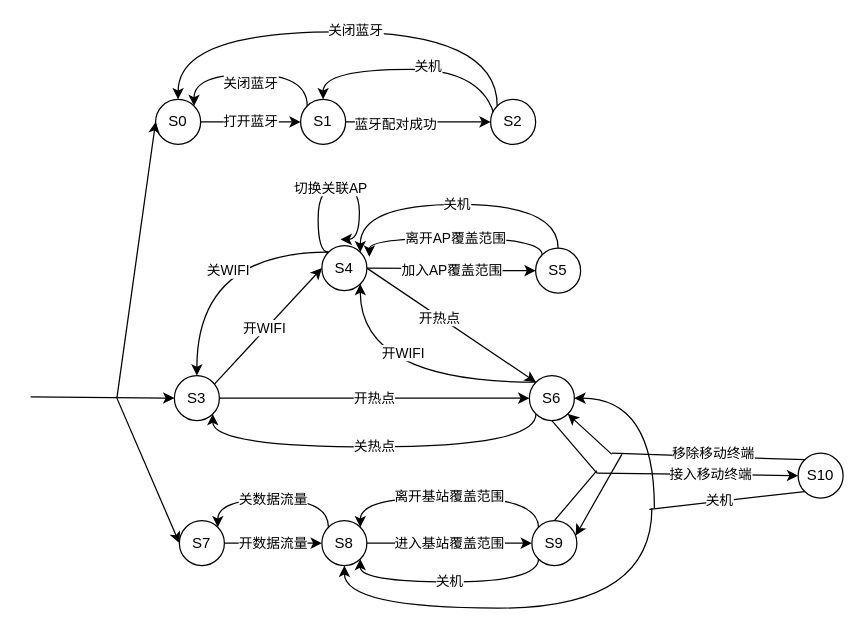
Before: page "方法三：并行自动机_手机行为" (8 of 9) of 时间自动机.drawio in Icarus1994/neutron_conf, a draw.io diagram. Source tidied: cells renumbered, new cells numbered last; positions are measured from the earlier drawing's top-left corner, leaving out a move shared by most shapes. Both pictures are drawn from the tidied source at 125%, with x=0, y=0 at pixel (30, 31).
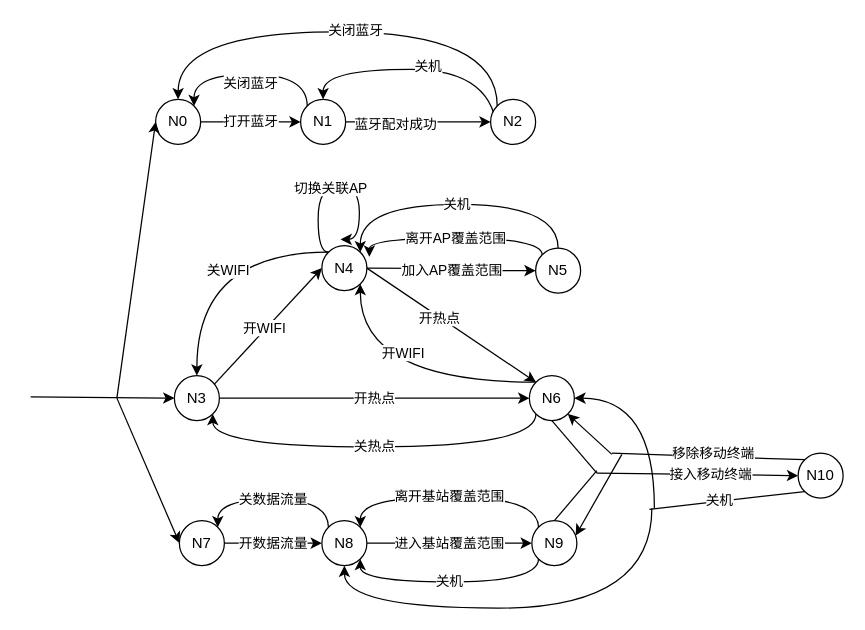
The same diagram, later.

Diff of the diagram source:
```diff
@@
-    <mxCell id="6" value="S3" style="ellipse;whiteSpace=wrap;html=1;" parent="1" vertex="1">
+    <mxCell id="6" value="N3" style="ellipse;whiteSpace=wrap;html=1;" parent="1" vertex="1">
       <mxGeometry x="115" y="275" width="36" height="36" as="geometry" />
     </mxCell>
@@
-    <mxCell id="9" value="S7" style="ellipse;whiteSpace=wrap;html=1;" parent="1" vertex="1">
+    <mxCell id="9" value="N7" style="ellipse;whiteSpace=wrap;html=1;" parent="1" vertex="1">
       <mxGeometry x="119" y="391" width="36" height="36" as="geometry" />
     </mxCell>
@@
-    <mxCell id="15" value="S4" style="ellipse;whiteSpace=wrap;html=1;" parent="1" vertex="1">
+    <mxCell id="15" value="N4" style="ellipse;whiteSpace=wrap;html=1;" parent="1" vertex="1">
       <mxGeometry x="233" y="171" width="36" height="36" as="geometry" />
     </mxCell>
@@
-    <mxCell id="20" value="S6" style="ellipse;whiteSpace=wrap;html=1;" parent="1" vertex="1">
+    <mxCell id="20" value="N6" style="ellipse;whiteSpace=wrap;html=1;" parent="1" vertex="1">
       <mxGeometry x="399" y="275" width="36" height="36" as="geometry" />
     </mxCell>
@@
-    <mxCell id="23" value="S8" style="ellipse;whiteSpace=wrap;html=1;" parent="1" vertex="1">
+    <mxCell id="23" value="N8" style="ellipse;whiteSpace=wrap;html=1;" parent="1" vertex="1">
       <mxGeometry x="233" y="391" width="36" height="36" as="geometry" />
     </mxCell>
@@
-    <mxCell id="28" value="S9" style="ellipse;whiteSpace=wrap;html=1;" parent="1" vertex="1">
+    <mxCell id="28" value="N9" style="ellipse;whiteSpace=wrap;html=1;" parent="1" vertex="1">
       <mxGeometry x="401" y="391" width="36" height="36" as="geometry" />
     </mxCell>
@@
-    <mxCell id="32" value="S10" style="ellipse;whiteSpace=wrap;html=1;" parent="1" vertex="1">
+    <mxCell id="32" value="N10" style="ellipse;whiteSpace=wrap;html=1;" parent="1" vertex="1">
       <mxGeometry x="614" y="337" width="36" height="36" as="geometry" />
     </mxCell>
@@
-    <mxCell id="35" value="S5" style="ellipse;whiteSpace=wrap;html=1;" parent="1" vertex="1">
+    <mxCell id="35" value="N5" style="ellipse;whiteSpace=wrap;html=1;" parent="1" vertex="1">
       <mxGeometry x="404" y="173" width="36" height="36" as="geometry" />
     </mxCell>
@@
-    <mxCell id="37" value="S0" style="ellipse;whiteSpace=wrap;html=1;" parent="1" vertex="1">
+    <mxCell id="37" value="N0" style="ellipse;whiteSpace=wrap;html=1;" parent="1" vertex="1">
       <mxGeometry x="100" y="54" width="36" height="36" as="geometry" />
     </mxCell>
@@
-    <mxCell id="41" value="S1" style="ellipse;whiteSpace=wrap;html=1;" parent="1" vertex="1">
+    <mxCell id="41" value="N1" style="ellipse;whiteSpace=wrap;html=1;" parent="1" vertex="1">
       <mxGeometry x="216" y="54" width="36" height="36" as="geometry" />
     </mxCell>
@@
-    <mxCell id="47" value="S2" style="ellipse;whiteSpace=wrap;html=1;" parent="1" vertex="1">
+    <mxCell id="47" value="N2" style="ellipse;whiteSpace=wrap;html=1;" parent="1" vertex="1">
       <mxGeometry x="368" y="54" width="36" height="36" as="geometry" />
     </mxCell>
```
